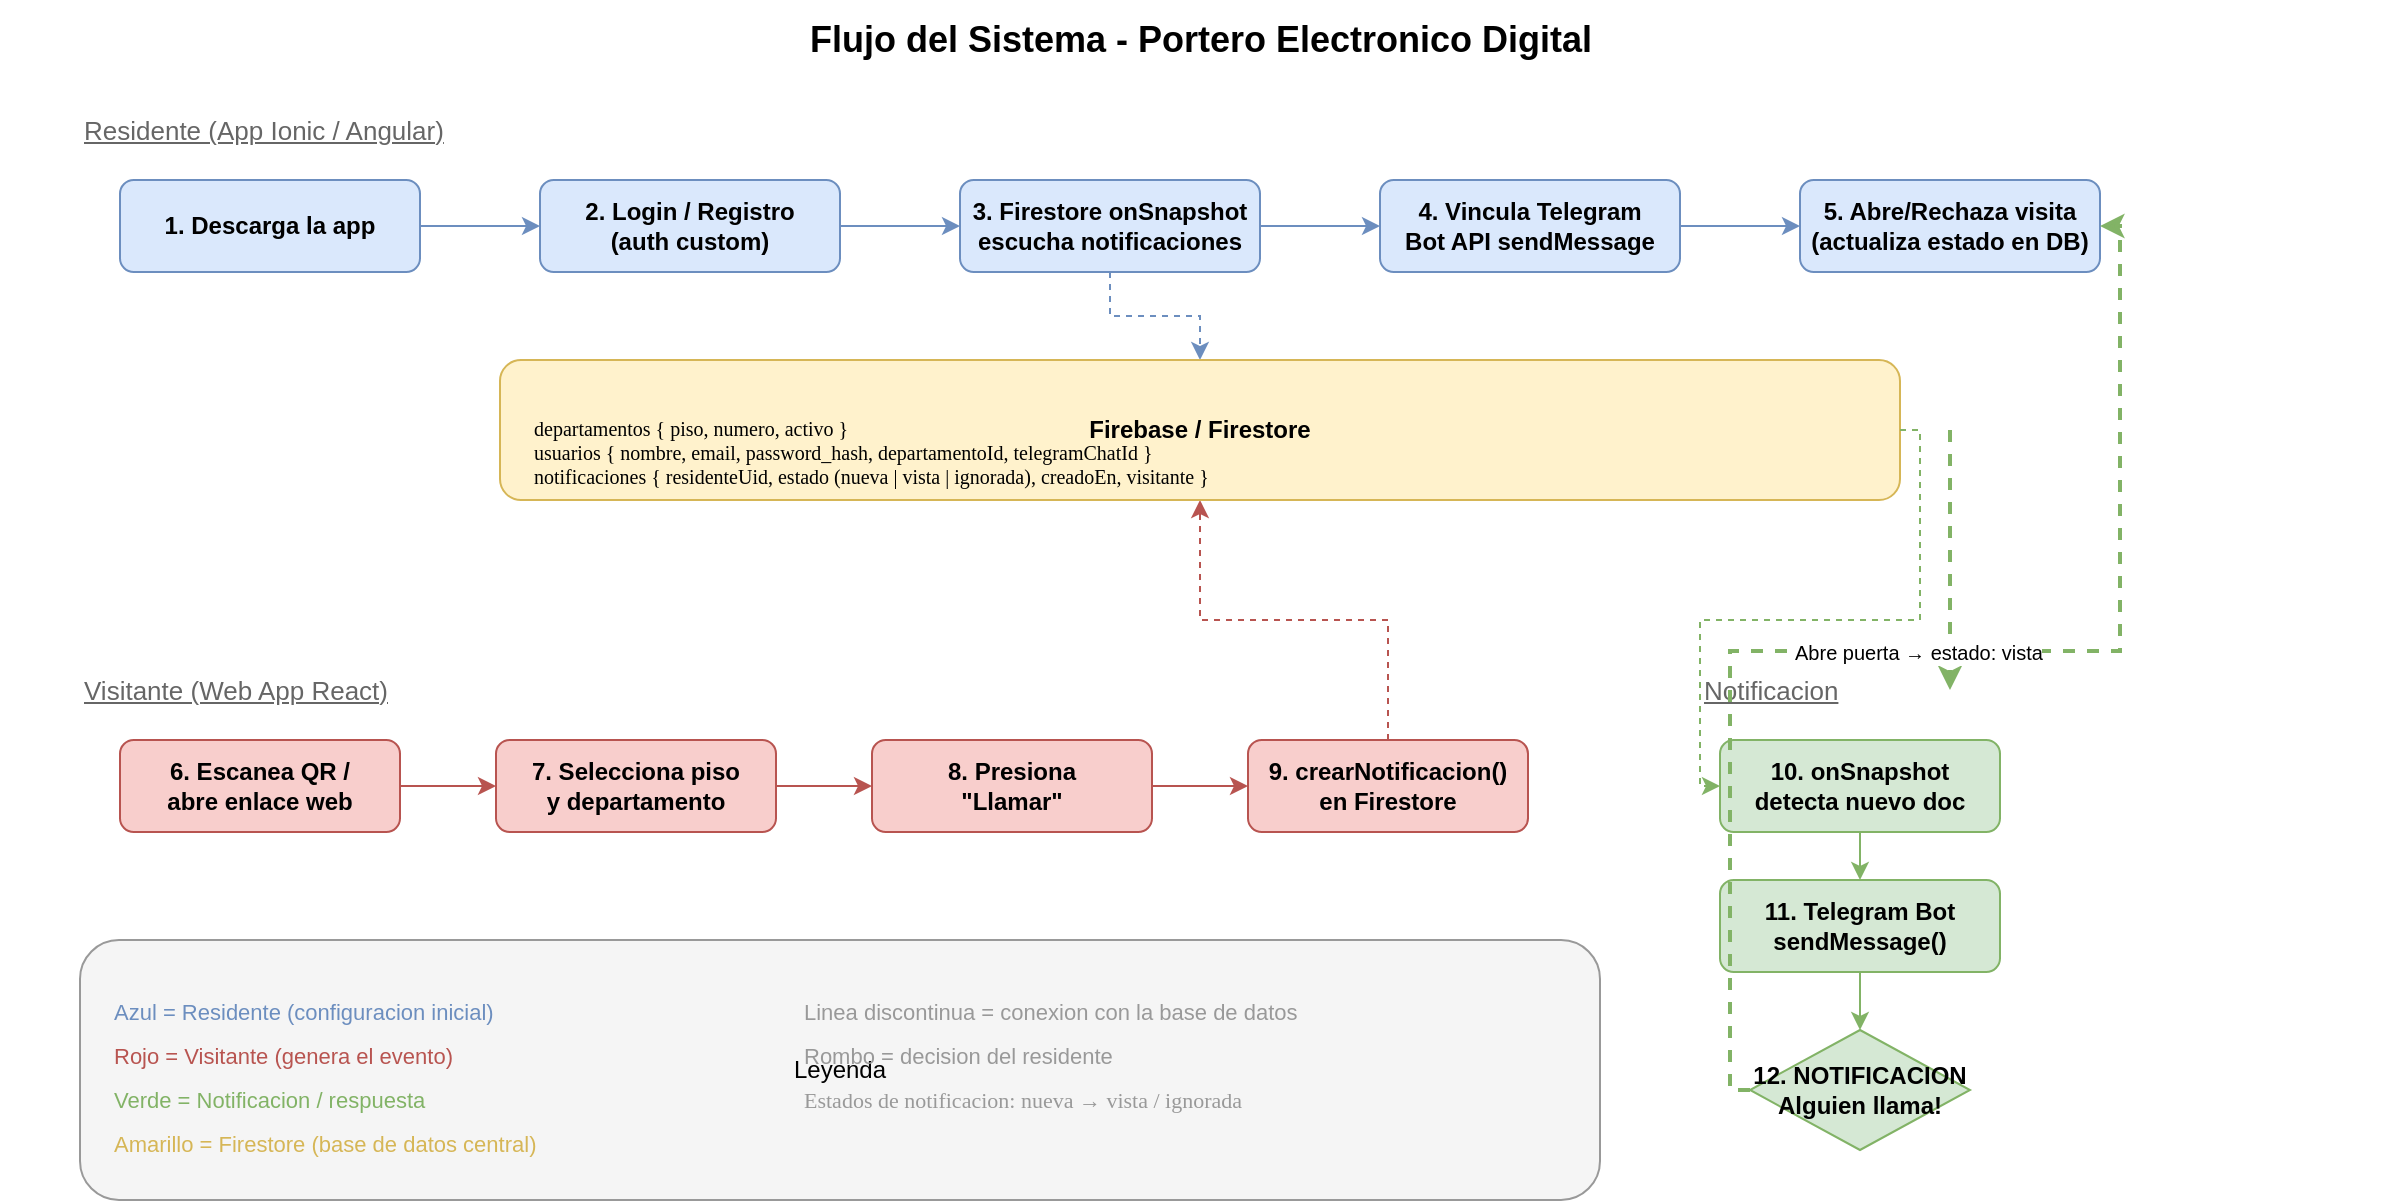
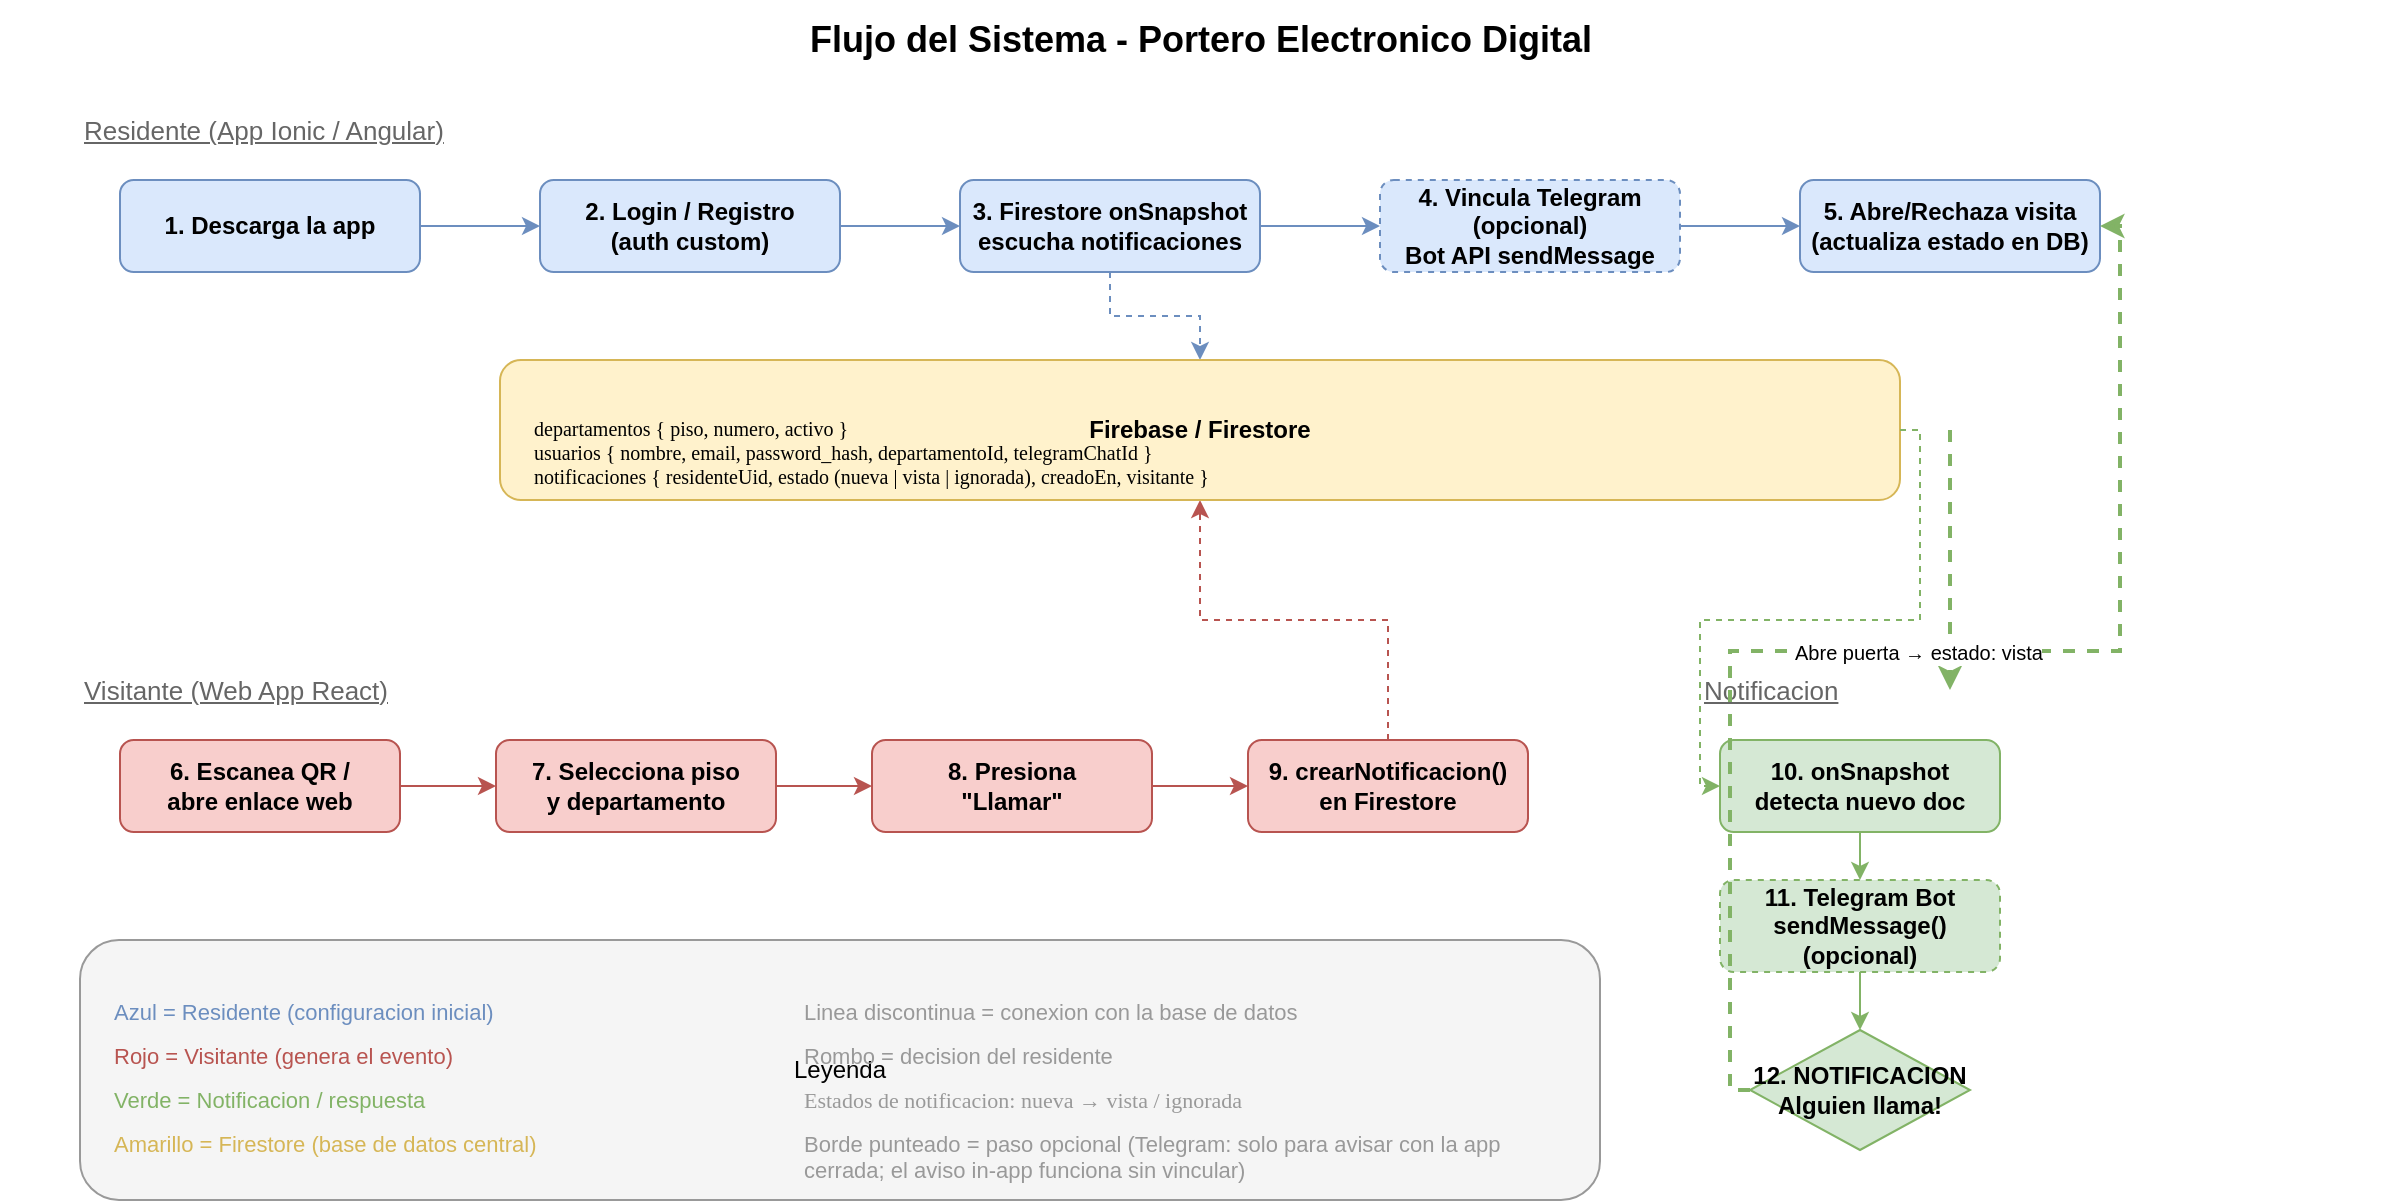
<?xml version="1.0" encoding="UTF-8"?>
<mxfile host="app.diagrams.net" version="24.7.5">
  <diagram id="diagrama-flujo" name="Flujo del Sistema">
    <mxGraphModel dx="1200" dy="800" grid="1" gridSize="10" guides="1" arrows="1" page="1" pageWidth="1200" pageHeight="700">
      <root>
        <mxCell id="0" />
        <mxCell id="1" parent="0" />

        <!-- TITULO -->
        <mxCell id="title" value="Flujo del Sistema - Portero Electronico Digital" style="text;html=1;fontSize=18;fontStyle=1;align=center;verticalAlign=middle;strokeColor=none;fillColor=none;" vertex="1" parent="1">
          <mxGeometry x="0" y="10" width="1200" height="40" as="geometry" />
        </mxCell>

        <!-- ============ FILA SUPERIOR: RESIDENTE ============ -->
        <mxCell id="label-residente" value="Residente (App Ionic / Angular)" style="text;html=1;fontSize=13;fontStyle=4;align=left;verticalAlign=middle;strokeColor=none;fillColor=none;fontColor=#666666;" vertex="1" parent="1">
          <mxGeometry x="40" y="65" width="300" height="20" as="geometry" />
        </mxCell>

        <!-- Paso 1 -->
        <mxCell id="step1" value="1. Descarga la app" style="rounded=1;whiteSpace=wrap;html=1;fillColor=#dae8fc;strokeColor=#6c8ebf;fontStyle=1;" vertex="1" parent="1">
          <mxGeometry x="60" y="100" width="150" height="46" as="geometry" />
        </mxCell>
        <!-- Paso 2 -->
        <mxCell id="step2" value="2. Login / Registro&#xa;(auth custom)" style="rounded=1;whiteSpace=wrap;html=1;fillColor=#dae8fc;strokeColor=#6c8ebf;fontStyle=1;" vertex="1" parent="1">
          <mxGeometry x="270" y="100" width="150" height="46" as="geometry" />
        </mxCell>
        <!-- Paso 3 -->
        <mxCell id="step3" value="3. Firestore onSnapshot&#xa;escucha notificaciones" style="rounded=1;whiteSpace=wrap;html=1;fillColor=#dae8fc;strokeColor=#6c8ebf;fontStyle=1;" vertex="1" parent="1">
          <mxGeometry x="480" y="100" width="150" height="46" as="geometry" />
        </mxCell>
        <!-- Paso 4 -->
-         <mxCell id="step4" value="4. Vincula Telegram&#xa;Bot API sendMessage" style="rounded=1;whiteSpace=wrap;html=1;fillColor=#dae8fc;strokeColor=#6c8ebf;fontStyle=1;" vertex="1" parent="1">
+         <mxCell id="step4" value="4. Vincula Telegram (opcional)&#xa;Bot API sendMessage" style="rounded=1;whiteSpace=wrap;html=1;fillColor=#dae8fc;strokeColor=#6c8ebf;fontStyle=1;dashed=1;" vertex="1" parent="1">
          <mxGeometry x="690" y="100" width="150" height="46" as="geometry" />
        </mxCell>
        <!-- Paso 5 -->
        <mxCell id="step5" value="5. Abre/Rechaza visita&#xa;(actualiza estado en DB)" style="rounded=1;whiteSpace=wrap;html=1;fillColor=#dae8fc;strokeColor=#6c8ebf;fontStyle=1;" vertex="1" parent="1">
          <mxGeometry x="900" y="100" width="150" height="46" as="geometry" />
        </mxCell>

        <!-- Flechas fila superior -->
        <mxCell id="arrow1" style="edgeStyle=orthogonalEdgeStyle;rounded=0;html=1;strokeColor=#6c8ebf;exitX=1;exitY=0.5;entryX=0;entryY=0.5;" edge="1" parent="1" source="step1" target="step2">
          <mxGeometry relative="1" as="geometry" />
        </mxCell>
        <mxCell id="arrow2" style="edgeStyle=orthogonalEdgeStyle;rounded=0;html=1;strokeColor=#6c8ebf;exitX=1;exitY=0.5;entryX=0;entryY=0.5;" edge="1" parent="1" source="step2" target="step3">
          <mxGeometry relative="1" as="geometry" />
        </mxCell>
        <mxCell id="arrow3" style="edgeStyle=orthogonalEdgeStyle;rounded=0;html=1;strokeColor=#6c8ebf;exitX=1;exitY=0.5;entryX=0;entryY=0.5;" edge="1" parent="1" source="step3" target="step4">
          <mxGeometry relative="1" as="geometry" />
        </mxCell>
        <mxCell id="arrow4" style="edgeStyle=orthogonalEdgeStyle;rounded=0;html=1;strokeColor=#6c8ebf;exitX=1;exitY=0.5;entryX=0;entryY=0.5;" edge="1" parent="1" source="step4" target="step5">
          <mxGeometry relative="1" as="geometry" />
        </mxCell>

        <!-- Conexion step3 → DB -->
        <mxCell id="conn-step3-db" style="edgeStyle=orthogonalEdgeStyle;rounded=0;html=1;strokeColor=#6c8ebf;strokeWidth=1;dashed=1;exitX=0.5;exitY=1;entryX=0.5;entryY=0;" edge="1" parent="1" source="step3" target="db-box">
          <mxGeometry relative="1" as="geometry" />
        </mxCell>

        <!-- ============ FILA INFERIOR: VISITANTE ============ -->
        <mxCell id="label-visitante" value="Visitante (Web App React)" style="text;html=1;fontSize=13;fontStyle=4;align=left;verticalAlign=middle;strokeColor=none;fillColor=none;fontColor=#666666;" vertex="1" parent="1">
          <mxGeometry x="40" y="345" width="300" height="20" as="geometry" />
        </mxCell>

        <!-- Paso 6 -->
        <mxCell id="step6" value="6. Escanea QR /&#xa;abre enlace web" style="rounded=1;whiteSpace=wrap;html=1;fillColor=#f8cecc;strokeColor=#b85450;fontStyle=1;" vertex="1" parent="1">
          <mxGeometry x="60" y="380" width="140" height="46" as="geometry" />
        </mxCell>
        <!-- Paso 7 -->
        <mxCell id="step7" value="7. Selecciona piso&#xa;y departamento" style="rounded=1;whiteSpace=wrap;html=1;fillColor=#f8cecc;strokeColor=#b85450;fontStyle=1;" vertex="1" parent="1">
          <mxGeometry x="248" y="380" width="140" height="46" as="geometry" />
        </mxCell>
        <!-- Paso 8 -->
        <mxCell id="step8" value="8. Presiona&#xa;&quot;Llamar&quot;" style="rounded=1;whiteSpace=wrap;html=1;fillColor=#f8cecc;strokeColor=#b85450;fontStyle=1;" vertex="1" parent="1">
          <mxGeometry x="436" y="380" width="140" height="46" as="geometry" />
        </mxCell>
        <!-- Paso 9 -->
        <mxCell id="step9" value="9. crearNotificacion()&#xa;en Firestore" style="rounded=1;whiteSpace=wrap;html=1;fillColor=#f8cecc;strokeColor=#b85450;fontStyle=1;" vertex="1" parent="1">
          <mxGeometry x="624" y="380" width="140" height="46" as="geometry" />
        </mxCell>

        <!-- Flechas fila inferior -->
        <mxCell id="arrow5" style="edgeStyle=orthogonalEdgeStyle;rounded=0;html=1;strokeColor=#b85450;exitX=1;exitY=0.5;entryX=0;entryY=0.5;" edge="1" parent="1" source="step6" target="step7">
          <mxGeometry relative="1" as="geometry" />
        </mxCell>
        <mxCell id="arrow6" style="edgeStyle=orthogonalEdgeStyle;rounded=0;html=1;strokeColor=#b85450;exitX=1;exitY=0.5;entryX=0;entryY=0.5;" edge="1" parent="1" source="step7" target="step8">
          <mxGeometry relative="1" as="geometry" />
        </mxCell>
        <mxCell id="arrow7" style="edgeStyle=orthogonalEdgeStyle;rounded=0;html=1;strokeColor=#b85450;exitX=1;exitY=0.5;entryX=0;entryY=0.5;" edge="1" parent="1" source="step8" target="step9">
          <mxGeometry relative="1" as="geometry" />
        </mxCell>

        <!-- Conexion step9 → DB -->
        <mxCell id="conn-step9-db" style="edgeStyle=orthogonalEdgeStyle;rounded=0;html=1;strokeColor=#b85450;strokeWidth=1;dashed=1;exitX=0.5;exitY=0;entryX=0.5;entryY=1;" edge="1" parent="1" source="step9" target="db-box">
          <mxGeometry relative="1" as="geometry" />
        </mxCell>

        <!-- ============ DB BOX CENTRAL ============ -->
        <mxCell id="db-box" value="&lt;b&gt;Firebase / Firestore&lt;/b&gt;" style="rounded=1;whiteSpace=wrap;html=1;fillColor=#fff2cc;strokeColor=#d6b656;fontStyle=1;fontSize=12;" vertex="1" parent="1">
          <mxGeometry x="250" y="190" width="700" height="70" as="geometry" />
        </mxCell>

        <!-- Colecciones dentro del DB box -->
        <mxCell id="db-collections" value="departamentos { piso, numero, activo }&#xa;usuarios { nombre, email, password_hash, departamentoId, telegramChatId }&#xa;notificaciones { residenteUid, estado (nueva | vista | ignorada), creadoEn, visitante }" style="text;html=1;strokeColor=none;fillColor=none;align=left;verticalAlign=middle;fontSize=10;fontFamily=Consolas;whiteSpace=wrap;" vertex="1" parent="1">
          <mxGeometry x="265" y="218" width="670" height="36" as="geometry" />
        </mxCell>

        <!-- Flecha DB → respuesta -->
        <mxCell id="conn-db-visitante" style="edgeStyle=orthogonalEdgeStyle;rounded=0;html=1;strokeColor=#82b366;strokeWidth=2;dashed=1;fontSize=11;" edge="1" parent="1">
          <mxGeometry relative="1" as="geometry">
            <mxPoint x="975" y="225" as="sourcePoint" />
            <mxPoint x="975" y="355" as="targetPoint" />
          </mxGeometry>
        </mxCell>

        <!-- ============ PARTE INFERIOR DERECHA: NOTIFICACION ============ -->
        <mxCell id="label-notif" value="Notificacion" style="text;html=1;fontSize=13;fontStyle=4;align=left;verticalAlign=middle;strokeColor=none;fillColor=none;fontColor=#666666;" vertex="1" parent="1">
          <mxGeometry x="850" y="345" width="200" height="20" as="geometry" />
        </mxCell>

        <!-- Paso 10 -->
        <mxCell id="step10" value="10. onSnapshot&#xa;detecta nuevo doc" style="rounded=1;whiteSpace=wrap;html=1;fillColor=#d5e8d4;strokeColor=#82b366;fontStyle=1;" vertex="1" parent="1">
          <mxGeometry x="860" y="380" width="140" height="46" as="geometry" />
        </mxCell>
        <!-- Paso 11 -->
-         <mxCell id="step11" value="11. Telegram Bot&#xa;sendMessage()" style="rounded=1;whiteSpace=wrap;html=1;fillColor=#d5e8d4;strokeColor=#82b366;fontStyle=1;" vertex="1" parent="1">
+         <mxCell id="step11" value="11. Telegram Bot&#xa;sendMessage() (opcional)" style="rounded=1;whiteSpace=wrap;html=1;fillColor=#d5e8d4;strokeColor=#82b366;fontStyle=1;dashed=1;" vertex="1" parent="1">
          <mxGeometry x="860" y="450" width="140" height="46" as="geometry" />
        </mxCell>
        <!-- Paso 12 -->
        <mxCell id="step12" value="12. NOTIFICACION&#xa;Alguien llama!" style="rhombus;whiteSpace=wrap;html=1;fillColor=#d5e8d4;strokeColor=#82b366;fontStyle=1;" vertex="1" parent="1">
          <mxGeometry x="875" y="525" width="110" height="60" as="geometry" />
        </mxCell>

        <!-- Flechas notificacion -->
        <mxCell id="arrow8" style="edgeStyle=orthogonalEdgeStyle;rounded=0;html=1;strokeColor=#82b366;exitX=0.5;exitY=1;entryX=0.5;entryY=0;" edge="1" parent="1" source="step10" target="step11">
          <mxGeometry relative="1" as="geometry" />
        </mxCell>
        <mxCell id="arrow9" style="edgeStyle=orthogonalEdgeStyle;rounded=0;html=1;strokeColor=#82b366;exitX=0.5;exitY=1;entryX=0.5;entryY=0;" edge="1" parent="1" source="step11" target="step12">
          <mxGeometry relative="1" as="geometry" />
        </mxCell>

        <!-- Flecha DB → step10 -->
        <mxCell id="conn-db-step10" style="edgeStyle=orthogonalEdgeStyle;rounded=0;html=1;strokeColor=#82b366;dashed=1;exitX=1;exitY=0.5;entryX=0;entryY=0.5;" edge="1" parent="1" source="db-box" target="step10">
          <mxGeometry relative="1" as="geometry" />
        </mxCell>

        <!-- Flecha step12 → step5 (abre puerta) -->
        <mxCell id="conn-step12-step5" value="Abre puerta → estado: vista" style="edgeStyle=orthogonalEdgeStyle;rounded=0;html=1;strokeColor=#82b366;strokeWidth=2;dashed=1;fontSize=10;exitX=0;exitY=0.5;entryX=1;entryY=0.5;" edge="1" parent="1" source="step12" target="step5">
          <mxGeometry relative="1" as="geometry" />
        </mxCell>

        <!-- ============ LEYENDA ============ -->
        <mxCell id="legend-box" value="Leyenda" style="rounded=1;whiteSpace=wrap;html=1;fillColor=#f5f5f5;strokeColor=#999999;" vertex="1" parent="1">
          <mxGeometry x="40" y="480" width="760" height="130" as="geometry" />
        </mxCell>
        <mxCell id="leg-1" value="Azul = Residente (configuracion inicial)" style="text;html=1;strokeColor=none;fillColor=none;align=left;fontSize=11;fontColor=#6c8ebf;" vertex="1" parent="1">
          <mxGeometry x="55" y="503" width="220" height="20" as="geometry" />
        </mxCell>
        <mxCell id="leg-2" value="Rojo = Visitante (genera el evento)" style="text;html=1;strokeColor=none;fillColor=none;align=left;fontSize=11;fontColor=#b85450;" vertex="1" parent="1">
          <mxGeometry x="55" y="525" width="220" height="20" as="geometry" />
        </mxCell>
        <mxCell id="leg-3" value="Verde = Notificacion / respuesta" style="text;html=1;strokeColor=none;fillColor=none;align=left;fontSize=11;fontColor=#82b366;" vertex="1" parent="1">
          <mxGeometry x="55" y="547" width="220" height="20" as="geometry" />
        </mxCell>
        <mxCell id="leg-4" value="Amarillo = Firestore (base de datos central)" style="text;html=1;strokeColor=none;fillColor=none;align=left;fontSize=11;fontColor=#d6b656;" vertex="1" parent="1">
          <mxGeometry x="55" y="569" width="280" height="20" as="geometry" />
        </mxCell>
        <mxCell id="leg-5" value="Linea discontinua = conexion con la base de datos" style="text;html=1;strokeColor=none;fillColor=none;align=left;fontSize=11;fontColor=#999999;" vertex="1" parent="1">
          <mxGeometry x="400" y="503" width="280" height="20" as="geometry" />
        </mxCell>
        <mxCell id="leg-6" value="Rombo = decision del residente" style="text;html=1;strokeColor=none;fillColor=none;align=left;fontSize=11;fontColor=#999999;" vertex="1" parent="1">
          <mxGeometry x="400" y="525" width="280" height="20" as="geometry" />
        </mxCell>
        <mxCell id="leg-7" value="Estados de notificacion: nueva → vista / ignorada" style="text;html=1;strokeColor=none;fillColor=none;align=left;fontSize=11;fontFamily=Consolas;fontColor=#999999;" vertex="1" parent="1">
          <mxGeometry x="400" y="547" width="380" height="20" as="geometry" />
        </mxCell>
+         <mxCell id="leg-8" value="Borde punteado = paso opcional (Telegram: solo para avisar con la app cerrada; el aviso in-app funciona sin vincular)" style="text;html=1;strokeColor=none;fillColor=none;align=left;fontSize=11;fontColor=#999999;whiteSpace=wrap;" vertex="1" parent="1">
+           <mxGeometry x="400" y="569" width="390" height="30" as="geometry" />
+         </mxCell>

      </root>
    </mxGraphModel>
  </diagram>
</mxfile>
